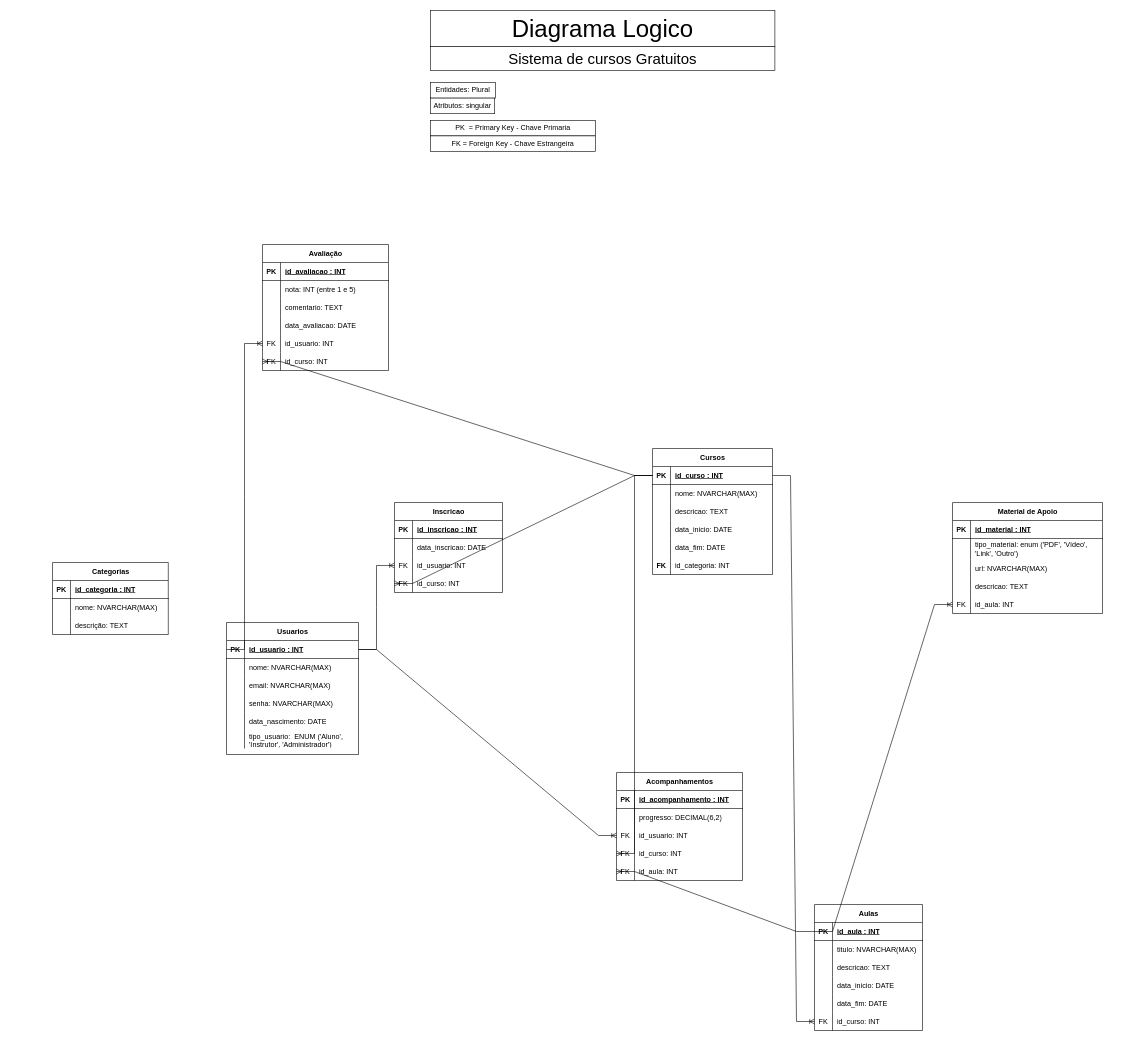
The draw.io diagram page "Diagrama Logico" (2 of 2) of Exercícios/Lista 1 - Banco de Dados/Diagrama_Logico.drawio in GabrielRochaGomesDEV/BackEnd-Sprint-BancodeDados, before the edit. Source tidied: cells renumbered, new cells numbered last; positions are measured from the earlier drawing's top-left corner, leaving out a move shared by most shapes. Both pictures are drawn from the tidied source at 60%, with x=0, y=0 at pixel (52, 10).
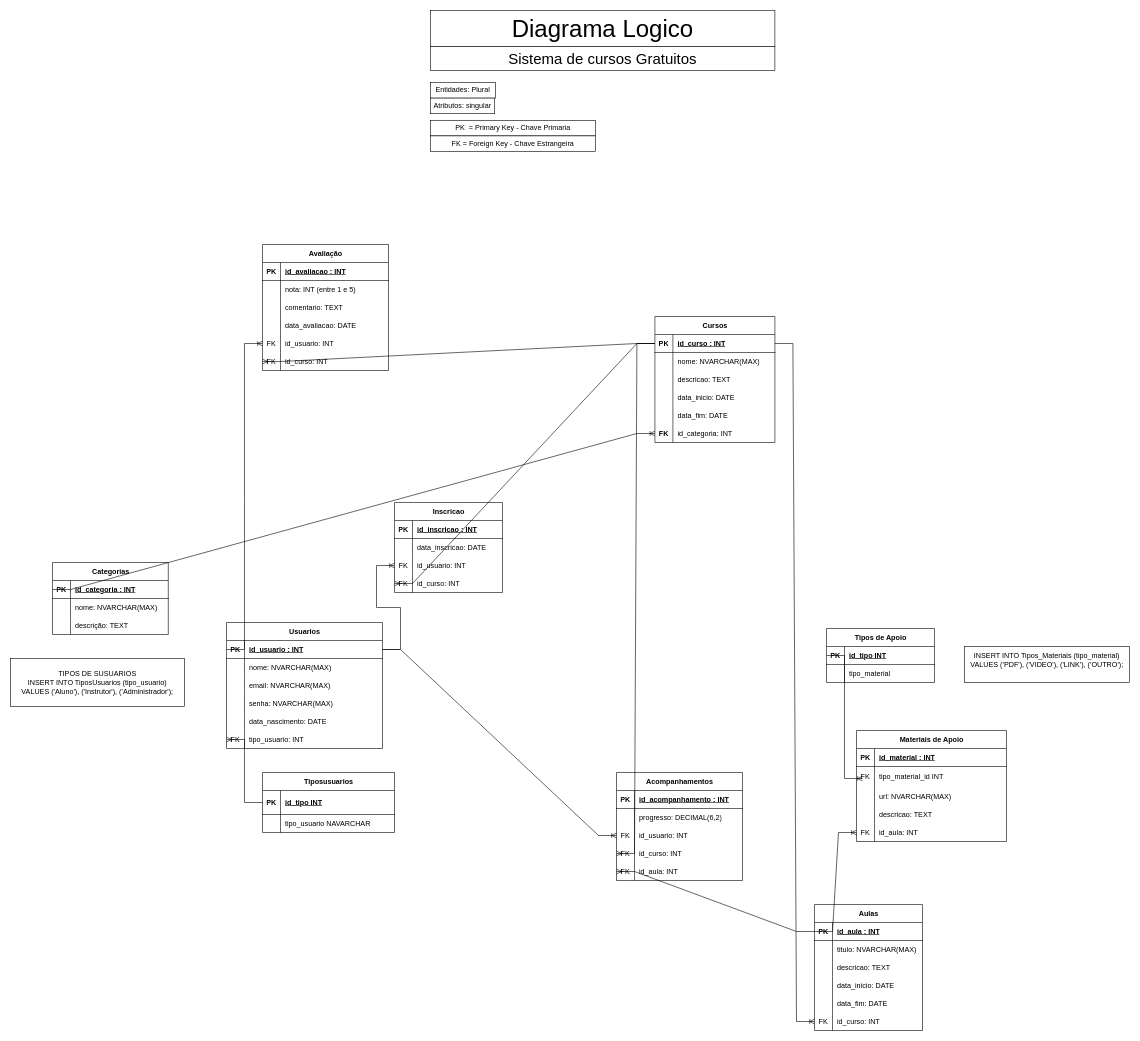
The same diagram, later.

Unchanged cells that the change refers to:
```xml
<mxCell id="5" style="shape=tableRow;horizontal=0;startSize=0;swimlaneHead=0;swimlaneBody=0;fillColor=none;points=[[0,0.5],[1,0.5]];portConstraint=eastwest;top=0;left=0;right=0;bottom=1;rounded=0;strokeColor=default;align=center;verticalAlign=middle;fontFamily=Helvetica;fontSize=12;fontColor=default;" parent="4" vertex="1">
  <mxGeometry y="30" width="193" height="30" as="geometry" />
</mxCell>
<mxCell id="49" style="shape=tableRow;horizontal=0;startSize=0;swimlaneHead=0;swimlaneBody=0;fillColor=none;points=[[0,0.5],[1,0.5]];portConstraint=eastwest;top=0;left=0;right=0;bottom=0;rounded=0;strokeColor=default;align=center;verticalAlign=middle;fontFamily=Helvetica;fontSize=12;fontColor=default;" parent="33" vertex="1">
  <mxGeometry y="180" width="200" height="30" as="geometry" />
</mxCell>
<mxCell id="88" style="shape=tableRow;horizontal=0;startSize=0;swimlaneHead=0;swimlaneBody=0;fillColor=none;top=0;left=0;right=0;bottom=0;rounded=0;strokeColor=default;align=center;verticalAlign=middle;fontFamily=Helvetica;fontSize=12;fontColor=default;" parent="84" vertex="1">
  <mxGeometry y="60" width="250" height="35" as="geometry" />
</mxCell>
```

Diff of the diagram source:
```diff
@@
     <mxCell id="14" value="Usuarios" style="shape=table;startSize=30;childLayout=tableLayout;rowLines=0;fontStyle=1;align=center;html=1;rounded=0;strokeColor=default;verticalAlign=middle;fontFamily=Helvetica;fontSize=12;fontColor=default;fillColor=default;" parent="1" vertex="1">
-      <mxGeometry x="290" y="1020" width="220" height="220" as="geometry" />
+      <mxGeometry x="290" y="1020" width="260" height="210" as="geometry" />
     </mxCell>
     <mxCell id="15" style="shape=tableRow;horizontal=0;startSize=0;swimlaneHead=0;swimlaneBody=0;fillColor=none;points=[[0,0.5],[1,0.5]];portConstraint=eastwest;top=0;left=0;right=0;bottom=1;rounded=0;strokeColor=default;align=center;verticalAlign=middle;fontFamily=Helvetica;fontSize=12;fontColor=default;" parent="14" vertex="1">
-      <mxGeometry y="30" width="220" height="30" as="geometry" />
+      <mxGeometry y="30" width="260" height="30" as="geometry" />
     </mxCell>
@@
     <mxCell id="17" value="id_usuario : INT" style="shape=partialRectangle;fillColor=none;top=0;left=0;bottom=0;right=0;align=left;spacingLeft=6;fontStyle=5;overflow=hidden;whiteSpace=wrap;html=1;rounded=0;strokeColor=default;verticalAlign=middle;fontFamily=Helvetica;fontSize=12;fontColor=default;" parent="15" vertex="1">
-      <mxGeometry x="30" width="190" height="30" as="geometry" />
+      <mxGeometry x="30" width="230" height="30" as="geometry" />
     </mxCell>
     <mxCell id="18" style="shape=tableRow;horizontal=0;startSize=0;swimlaneHead=0;swimlaneBody=0;fillColor=none;top=0;left=0;right=0;bottom=0;rounded=0;strokeColor=default;align=center;verticalAlign=middle;fontFamily=Helvetica;fontSize=12;fontColor=default;" parent="14" vertex="1">
-      <mxGeometry y="60" width="220" height="30" as="geometry" />
+      <mxGeometry y="60" width="260" height="30" as="geometry" />
     </mxCell>
@@
     <mxCell id="20" value="nome: NVARCHAR(MAX)" style="shape=partialRectangle;fillColor=none;top=0;left=0;bottom=0;right=0;align=left;spacingLeft=6;overflow=hidden;whiteSpace=wrap;html=1;rounded=0;strokeColor=default;verticalAlign=middle;fontFamily=Helvetica;fontSize=12;fontColor=default;" parent="18" vertex="1">
-      <mxGeometry x="30" width="190" height="30" as="geometry" />
+      <mxGeometry x="30" width="230" height="30" as="geometry" />
     </mxCell>
     <mxCell id="21" style="shape=tableRow;horizontal=0;startSize=0;swimlaneHead=0;swimlaneBody=0;fillColor=none;top=0;left=0;right=0;bottom=0;rounded=0;strokeColor=default;align=center;verticalAlign=middle;fontFamily=Helvetica;fontSize=12;fontColor=default;" parent="14" vertex="1">
-      <mxGeometry y="90" width="220" height="30" as="geometry" />
+      <mxGeometry y="90" width="260" height="30" as="geometry" />
     </mxCell>
@@
     <mxCell id="23" value="email: NVARCHAR(MAX)" style="shape=partialRectangle;fillColor=none;top=0;left=0;bottom=0;right=0;align=left;spacingLeft=6;overflow=hidden;whiteSpace=wrap;html=1;rounded=0;strokeColor=default;verticalAlign=middle;fontFamily=Helvetica;fontSize=12;fontColor=default;" parent="21" vertex="1">
-      <mxGeometry x="30" width="190" height="30" as="geometry" />
+      <mxGeometry x="30" width="230" height="30" as="geometry" />
     </mxCell>
     <mxCell id="24" style="shape=tableRow;horizontal=0;startSize=0;swimlaneHead=0;swimlaneBody=0;fillColor=none;top=0;left=0;right=0;bottom=0;rounded=0;strokeColor=default;align=center;verticalAlign=middle;fontFamily=Helvetica;fontSize=12;fontColor=default;" parent="14" vertex="1">
-      <mxGeometry y="120" width="220" height="30" as="geometry" />
+      <mxGeometry y="120" width="260" height="30" as="geometry" />
     </mxCell>
@@
     <mxCell id="26" value="senha: NVARCHAR(MAX)" style="shape=partialRectangle;fillColor=none;top=0;left=0;bottom=0;right=0;align=left;spacingLeft=6;overflow=hidden;whiteSpace=wrap;html=1;rounded=0;strokeColor=default;verticalAlign=middle;fontFamily=Helvetica;fontSize=12;fontColor=default;" parent="24" vertex="1">
-      <mxGeometry x="30" width="190" height="30" as="geometry" />
+      <mxGeometry x="30" width="230" height="30" as="geometry" />
     </mxCell>
     <mxCell id="27" style="shape=tableRow;horizontal=0;startSize=0;swimlaneHead=0;swimlaneBody=0;fillColor=none;top=0;left=0;right=0;bottom=0;rounded=0;strokeColor=default;align=center;verticalAlign=middle;fontFamily=Helvetica;fontSize=12;fontColor=default;" parent="14" vertex="1">
-      <mxGeometry y="150" width="220" height="30" as="geometry" />
+      <mxGeometry y="150" width="260" height="30" as="geometry" />
     </mxCell>
@@
     <mxCell id="29" value="data_nascimento: DATE" style="shape=partialRectangle;fillColor=none;top=0;left=0;bottom=0;right=0;align=left;spacingLeft=6;overflow=hidden;whiteSpace=wrap;html=1;rounded=0;strokeColor=default;verticalAlign=middle;fontFamily=Helvetica;fontSize=12;fontColor=default;" parent="27" vertex="1">
-      <mxGeometry x="30" width="190" height="30" as="geometry" />
+      <mxGeometry x="30" width="230" height="30" as="geometry" />
     </mxCell>
     <mxCell id="30" style="shape=tableRow;horizontal=0;startSize=0;swimlaneHead=0;swimlaneBody=0;fillColor=none;points=[[0,0.5],[1,0.5]];portConstraint=eastwest;top=0;left=0;right=0;bottom=0;rounded=0;strokeColor=default;align=center;verticalAlign=middle;fontFamily=Helvetica;fontSize=12;fontColor=default;" parent="14" vertex="1">
-      <mxGeometry y="180" width="220" height="30" as="geometry" />
+      <mxGeometry y="180" width="260" height="30" as="geometry" />
     </mxCell>
-    <mxCell id="31" style="shape=partialRectangle;fillColor=none;top=0;left=0;bottom=0;right=0;overflow=hidden;whiteSpace=wrap;html=1;rounded=0;strokeColor=default;align=center;verticalAlign=middle;fontFamily=Helvetica;fontSize=12;fontColor=default;" parent="30" vertex="1">
+    <mxCell id="31" value="FK" style="shape=partialRectangle;fillColor=none;top=0;left=0;bottom=0;right=0;overflow=hidden;whiteSpace=wrap;html=1;rounded=0;strokeColor=default;align=center;verticalAlign=middle;fontFamily=Helvetica;fontSize=12;fontColor=default;" parent="30" vertex="1">
       <mxGeometry width="30" height="30" as="geometry" />
     </mxCell>
-    <mxCell id="32" value="tipo_usuario:&amp;nbsp; ENUM&amp;nbsp;('Aluno', 'Instrutor', 'Administrador')" style="shape=partialRectangle;fillColor=none;top=0;left=0;bottom=0;right=0;align=left;spacingLeft=6;overflow=hidden;whiteSpace=wrap;html=1;rounded=0;strokeColor=default;verticalAlign=middle;fontFamily=Helvetica;fontSize=12;fontColor=default;" parent="30" vertex="1">
-      <mxGeometry x="30" width="190" height="30" as="geometry" />
+    <mxCell id="32" value="tipo_usuario: INT" style="shape=partialRectangle;fillColor=none;top=0;left=0;bottom=0;right=0;align=left;spacingLeft=6;overflow=hidden;whiteSpace=wrap;html=1;rounded=0;strokeColor=default;verticalAlign=middle;fontFamily=Helvetica;fontSize=12;fontColor=default;" parent="30" vertex="1">
+      <mxGeometry x="30" width="230" height="30" as="geometry" />
     </mxCell>
     <mxCell id="33" value="Cursos" style="shape=table;startSize=30;childLayout=tableLayout;rowLines=0;fontStyle=1;align=center;html=1;rounded=0;strokeColor=default;verticalAlign=middle;fontFamily=Helvetica;fontSize=12;fontColor=default;fillColor=default;" parent="1" vertex="1">
-      <mxGeometry x="1000" y="730" width="200" height="210" as="geometry" />
+      <mxGeometry x="1004" y="510" width="200" height="210" as="geometry" />
     </mxCell>
@@
-    <mxCell id="84" value="Material de Apoio" style="shape=table;startSize=30;childLayout=tableLayout;rowLines=0;fontStyle=1;align=center;html=1;rounded=0;strokeColor=default;verticalAlign=middle;fontFamily=Helvetica;fontSize=12;fontColor=default;fillColor=default;" parent="1" vertex="1">
-      <mxGeometry x="1500" y="820" width="250" height="185" as="geometry" />
+    <mxCell id="84" value="Materiais de Apoio" style="shape=table;startSize=30;childLayout=tableLayout;rowLines=0;fontStyle=1;align=center;html=1;rounded=0;strokeColor=default;verticalAlign=middle;fontFamily=Helvetica;fontSize=12;fontColor=default;fillColor=default;" parent="1" vertex="1">
+      <mxGeometry x="1340" y="1200" width="250" height="185" as="geometry" />
     </mxCell>
@@
-    <mxCell id="89" style="shape=partialRectangle;fillColor=none;top=0;left=0;bottom=0;right=0;overflow=hidden;whiteSpace=wrap;html=1;rounded=0;strokeColor=default;align=center;verticalAlign=middle;fontFamily=Helvetica;fontSize=12;fontColor=default;" parent="88" vertex="1">
+    <mxCell id="89" value="FK" style="shape=partialRectangle;fillColor=none;top=0;left=0;bottom=0;right=0;overflow=hidden;whiteSpace=wrap;html=1;rounded=0;strokeColor=default;align=center;verticalAlign=middle;fontFamily=Helvetica;fontSize=12;fontColor=default;" parent="88" vertex="1">
       <mxGeometry width="30" height="35" as="geometry" />
     </mxCell>
-    <mxCell id="90" value="tipo_material: enum&amp;nbsp;('PDF', 'Vídeo', 'Link', 'Outro')" style="shape=partialRectangle;fillColor=none;top=0;left=0;bottom=0;right=0;align=left;spacingLeft=6;overflow=hidden;whiteSpace=wrap;html=1;rounded=0;strokeColor=default;verticalAlign=middle;fontFamily=Helvetica;fontSize=12;fontColor=default;" parent="88" vertex="1">
+    <mxCell id="90" value="tipo_material_id INT" style="shape=partialRectangle;fillColor=none;top=0;left=0;bottom=0;right=0;align=left;spacingLeft=6;overflow=hidden;whiteSpace=wrap;html=1;rounded=0;strokeColor=default;verticalAlign=middle;fontFamily=Helvetica;fontSize=12;fontColor=default;" parent="88" vertex="1">
       <mxGeometry x="30" width="220" height="35" as="geometry" />
     </mxCell>
@@
+    <mxCell id="148" style="edgeStyle=entityRelationEdgeStyle;fontSize=12;html=1;endArrow=ERoneToMany;rounded=0;entryX=0;entryY=0.5;entryDx=0;entryDy=0;exitX=0;exitY=0.5;exitDx=0;exitDy=0;" parent="1" edge="1" source="5" target="49">
+      <mxGeometry relative="1" as="geometry" />
+    </mxCell>
+    <mxCell id="149" value="Tiposusuarios" style="shape=table;startSize=30;childLayout=tableLayout;rowLines=0;fontStyle=1;align=center;html=1;" parent="1" vertex="1">
+      <mxGeometry x="350" y="1270" width="220" height="100" as="geometry" />
+    </mxCell>
+    <mxCell id="150" style="shape=tableRow;horizontal=0;startSize=0;swimlaneHead=0;swimlaneBody=0;fillColor=none;points=[[0,0.5],[1,0.5]];portConstraint=eastwest;top=0;left=0;right=0;bottom=1;" parent="149" vertex="1">
+      <mxGeometry y="30" width="220" height="40" as="geometry" />
+    </mxCell>
+    <mxCell id="151" value="PK" style="shape=partialRectangle;fillColor=none;top=0;left=0;bottom=0;right=0;fontStyle=1;overflow=hidden;whiteSpace=wrap;html=1;" parent="150" vertex="1">
+      <mxGeometry width="30" height="40" as="geometry" />
+    </mxCell>
+    <mxCell id="152" value="id_tipo INT" style="shape=partialRectangle;fillColor=none;top=0;left=0;bottom=0;right=0;align=left;spacingLeft=6;fontStyle=5;overflow=hidden;whiteSpace=wrap;html=1;" parent="150" vertex="1">
+      <mxGeometry x="30" width="190" height="40" as="geometry" />
+    </mxCell>
+    <mxCell id="153" style="shape=tableRow;horizontal=0;startSize=0;swimlaneHead=0;swimlaneBody=0;fillColor=none;top=0;left=0;right=0;bottom=0;" parent="149" vertex="1">
+      <mxGeometry y="70" width="220" height="30" as="geometry" />
+    </mxCell>
+    <mxCell id="154" style="shape=partialRectangle;fillColor=none;top=0;left=0;bottom=0;right=0;overflow=hidden;whiteSpace=wrap;html=1;" parent="153" vertex="1">
+      <mxGeometry width="30" height="30" as="geometry" />
+    </mxCell>
+    <mxCell id="155" value="tipo_usuario NAVARCHAR" style="shape=partialRectangle;fillColor=none;top=0;left=0;bottom=0;right=0;align=left;spacingLeft=6;overflow=hidden;whiteSpace=wrap;html=1;" parent="153" vertex="1">
+      <mxGeometry x="30" width="190" height="30" as="geometry" />
+    </mxCell>
+    <mxCell id="156" value="&lt;div&gt;TIPOS DE SUSUARIOS&lt;/div&gt;INSERT INTO TiposUsuarios (tipo_usuario)&lt;br&gt;VALUES ('Aluno'), ('Instrutor'), ('Administrador');" style="rounded=0;whiteSpace=wrap;html=1;" parent="1" vertex="1">
+      <mxGeometry x="-70" y="1080" width="290" height="80" as="geometry" />
+    </mxCell>
+    <mxCell id="157" style="edgeStyle=entityRelationEdgeStyle;fontSize=12;html=1;endArrow=ERoneToMany;rounded=0;entryX=0;entryY=0.5;entryDx=0;entryDy=0;exitX=0;exitY=0.5;exitDx=0;exitDy=0;" parent="1" edge="1" source="150" target="30">
+      <mxGeometry relative="1" as="geometry" />
+    </mxCell>
+    <mxCell id="158" value="Tipos de Apoio" style="shape=table;startSize=30;childLayout=tableLayout;rowLines=0;fontStyle=1;align=center;html=1;" parent="1" vertex="1">
+      <mxGeometry x="1290" y="1030" width="180" height="90" as="geometry" />
+    </mxCell>
+    <mxCell id="159" style="shape=tableRow;horizontal=0;startSize=0;swimlaneHead=0;swimlaneBody=0;fillColor=none;points=[[0,0.5],[1,0.5]];portConstraint=eastwest;top=0;left=0;right=0;bottom=1;" parent="158" vertex="1">
+      <mxGeometry y="30" width="180" height="30" as="geometry" />
+    </mxCell>
+    <mxCell id="160" value="PK" style="shape=partialRectangle;fillColor=none;top=0;left=0;bottom=0;right=0;fontStyle=1;overflow=hidden;whiteSpace=wrap;html=1;" parent="159" vertex="1">
+      <mxGeometry width="30" height="30" as="geometry" />
+    </mxCell>
+    <mxCell id="161" value="id_tipo INT" style="shape=partialRectangle;fillColor=none;top=0;left=0;bottom=0;right=0;align=left;spacingLeft=6;fontStyle=5;overflow=hidden;whiteSpace=wrap;html=1;" parent="159" vertex="1">
+      <mxGeometry x="30" width="150" height="30" as="geometry" />
+    </mxCell>
+    <mxCell id="162" style="shape=tableRow;horizontal=0;startSize=0;swimlaneHead=0;swimlaneBody=0;fillColor=none;top=0;left=0;right=0;bottom=0;" parent="158" vertex="1">
+      <mxGeometry y="60" width="180" height="30" as="geometry" />
+    </mxCell>
+    <mxCell id="163" style="shape=partialRectangle;fillColor=none;top=0;left=0;bottom=0;right=0;overflow=hidden;whiteSpace=wrap;html=1;" parent="162" vertex="1">
+      <mxGeometry width="30" height="30" as="geometry" />
+    </mxCell>
+    <mxCell id="164" value="tipo_material" style="shape=partialRectangle;fillColor=none;top=0;left=0;bottom=0;right=0;align=left;spacingLeft=6;overflow=hidden;whiteSpace=wrap;html=1;" parent="162" vertex="1">
+      <mxGeometry x="30" width="150" height="30" as="geometry" />
+    </mxCell>
+    <mxCell id="165" value="&lt;span style=&quot;background-color: transparent; color: light-dark(rgb(0, 0, 0), rgb(255, 255, 255));&quot; class=&quot;hljs-keyword&quot;&gt;INSERT&lt;/span&gt;&lt;span style=&quot;background-color: transparent; color: light-dark(rgb(0, 0, 0), rgb(255, 255, 255));&quot;&gt; &lt;/span&gt;&lt;span style=&quot;background-color: transparent; color: light-dark(rgb(0, 0, 0), rgb(255, 255, 255));&quot; class=&quot;hljs-keyword&quot;&gt;INTO&lt;/span&gt;&lt;span style=&quot;background-color: transparent; color: light-dark(rgb(0, 0, 0), rgb(255, 255, 255));&quot;&gt; Tipos_Materiais (tipo_material)&lt;/span&gt;&lt;div&gt;&lt;span class=&quot;hljs-keyword&quot;&gt;VALUES&lt;/span&gt; (&lt;span class=&quot;hljs-string&quot;&gt;'PDF'&lt;/span&gt;), (&lt;span class=&quot;hljs-string&quot;&gt;'VIDEO'&lt;/span&gt;), (&lt;span class=&quot;hljs-string&quot;&gt;'LINK'&lt;/span&gt;), (&lt;span class=&quot;hljs-string&quot;&gt;'OUTRO'&lt;/span&gt;);&lt;br&gt;&lt;br&gt;&lt;/div&gt;" style="rounded=0;whiteSpace=wrap;html=1;" parent="1" vertex="1">
+      <mxGeometry x="1520" y="1060" width="275" height="60" as="geometry" />
+    </mxCell>
+    <mxCell id="166" style="edgeStyle=entityRelationEdgeStyle;fontSize=12;html=1;endArrow=ERoneToMany;rounded=0;exitX=0;exitY=0.5;exitDx=0;exitDy=0;" parent="1" edge="1" source="159">
+      <mxGeometry relative="1" as="geometry">
+        <mxPoint x="1350" y="1280" as="targetPoint" />
+      </mxGeometry>
+    </mxCell>
```
